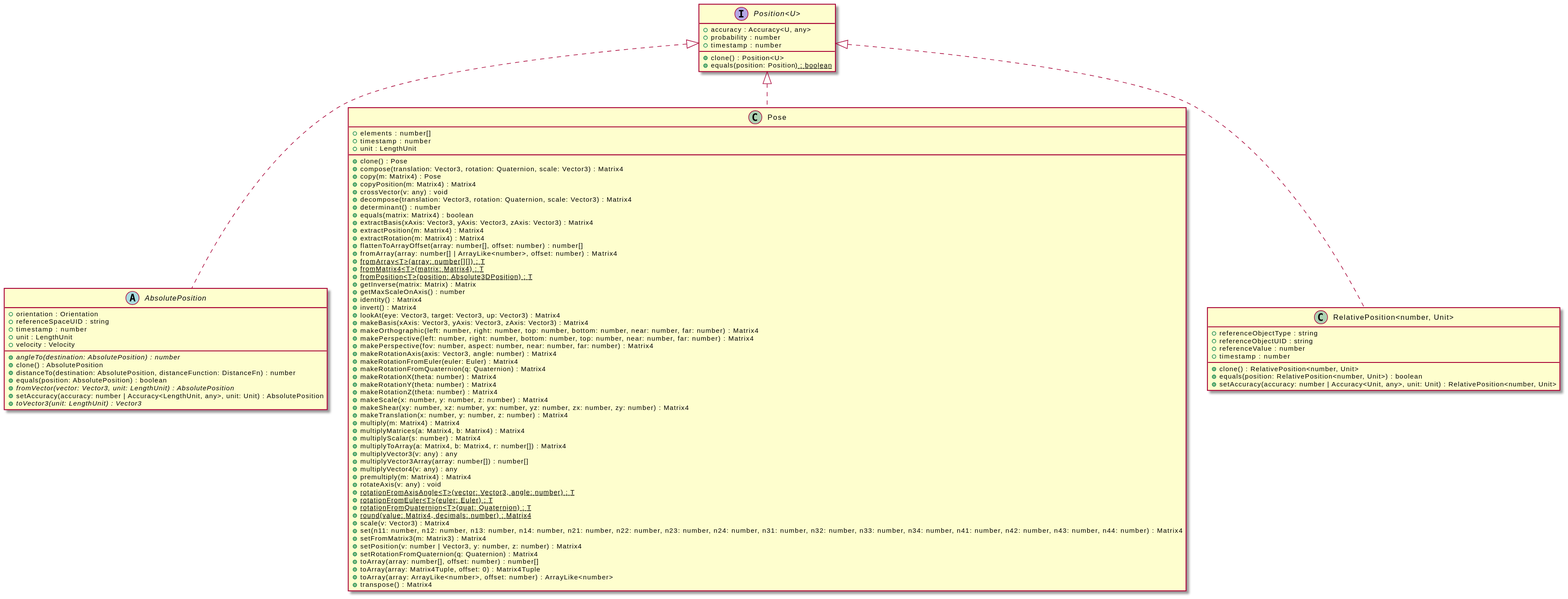
This is assets/Position-umlClassDiagram-3414.svg from OpenHPS/openhps-core, a PlantUML export, as it was before one commit.
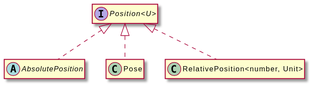
After the change.

Change to the diagram source:
```diff
@@ -3,97 +3,14 @@
 hide empty methods
 hide empty fields
 interface "Position<U>" {
-    +accuracy : Accuracy<U, any>
-    +probability : number
-    +timestamp : number
-    +clone() : Position<U>
-    +equals(position: Position<U>) : boolean
 }
 abstract class "AbsolutePosition" {
-    +orientation : Orientation
-    +referenceSpaceUID : string
-    +timestamp : number
-    +unit : LengthUnit
-    +velocity : Velocity
-    {abstract} +angleTo(destination: AbsolutePosition) : number
-    +clone() : AbsolutePosition
-    +distanceTo(destination: AbsolutePosition, distanceFunction: DistanceFn) : number
-    +equals(position: AbsolutePosition) : boolean
-    {abstract} +fromVector(vector: Vector3, unit: LengthUnit) : AbsolutePosition
-    +setAccuracy(accuracy: number | Accuracy<LengthUnit, any>, unit: Unit) : AbsolutePosition
-    {abstract} +toVector3(unit: LengthUnit) : Vector3
 }
 "Position<U>" <|.. "AbsolutePosition"
 class "Pose" {
-    +elements : number[]
-    +timestamp : number
-    +unit : LengthUnit
-    +clone() : Pose
-    +compose(translation: Vector3, rotation: Quaternion, scale: Vector3) : Matrix4
-    +copy(m: Matrix4) : Pose
-    +copyPosition(m: Matrix4) : Matrix4
-    +crossVector(v: any) : void
-    +decompose(translation: Vector3, rotation: Quaternion, scale: Vector3) : Matrix4
-    +determinant() : number
-    +equals(matrix: Matrix4) : boolean
-    +extractBasis(xAxis: Vector3, yAxis: Vector3, zAxis: Vector3) : Matrix4
-    +extractPosition(m: Matrix4) : Matrix4
-    +extractRotation(m: Matrix4) : Matrix4
-    +flattenToArrayOffset(array: number[], offset: number) : number[]
-    +fromArray(array: number[] | ArrayLike<number>, offset: number) : Matrix4
-    {static} +fromArray<T>(array: number[][]) : T
-    {static} +fromMatrix4<T>(matrix: Matrix4) : T
-    {static} +fromPosition<T>(position: Absolute3DPosition) : T
-    +getInverse(matrix: Matrix) : Matrix
-    +getMaxScaleOnAxis() : number
-    +identity() : Matrix4
-    +invert() : Matrix4
-    +lookAt(eye: Vector3, target: Vector3, up: Vector3) : Matrix4
-    +makeBasis(xAxis: Vector3, yAxis: Vector3, zAxis: Vector3) : Matrix4
-    +makeOrthographic(left: number, right: number, top: number, bottom: number, near: number, far: number) : Matrix4
-    +makePerspective(left: number, right: number, bottom: number, top: number, near: number, far: number) : Matrix4
-    +makePerspective(fov: number, aspect: number, near: number, far: number) : Matrix4
-    +makeRotationAxis(axis: Vector3, angle: number) : Matrix4
-    +makeRotationFromEuler(euler: Euler) : Matrix4
-    +makeRotationFromQuaternion(q: Quaternion) : Matrix4
-    +makeRotationX(theta: number) : Matrix4
-    +makeRotationY(theta: number) : Matrix4
-    +makeRotationZ(theta: number) : Matrix4
-    +makeScale(x: number, y: number, z: number) : Matrix4
-    +makeShear(xy: number, xz: number, yx: number, yz: number, zx: number, zy: number) : Matrix4
-    +makeTranslation(x: number, y: number, z: number) : Matrix4
-    +multiply(m: Matrix4) : Matrix4
-    +multiplyMatrices(a: Matrix4, b: Matrix4) : Matrix4
-    +multiplyScalar(s: number) : Matrix4
-    +multiplyToArray(a: Matrix4, b: Matrix4, r: number[]) : Matrix4
-    +multiplyVector3(v: any) : any
-    +multiplyVector3Array(array: number[]) : number[]
-    +multiplyVector4(v: any) : any
-    +premultiply(m: Matrix4) : Matrix4
-    +rotateAxis(v: any) : void
-    {static} +rotationFromAxisAngle<T>(vector: Vector3, angle: number) : T
-    {static} +rotationFromEuler<T>(euler: Euler) : T
-    {static} +rotationFromQuaternion<T>(quat: Quaternion) : T
-    {static} +round(value: Matrix4, decimals: number) : Matrix4
-    +scale(v: Vector3) : Matrix4
-    +set(n11: number, n12: number, n13: number, n14: number, n21: number, n22: number, n23: number, n24: number, n31: number, n32: number, n33: number, n34: number, n41: number, n42: number, n43: number, n44: number) : Matrix4
-    +setFromMatrix3(m: Matrix3) : Matrix4
-    +setPosition(v: number | Vector3, y: number, z: number) : Matrix4
-    +setRotationFromQuaternion(q: Quaternion) : Matrix4
-    +toArray(array: number[], offset: number) : number[]
-    +toArray(array: Matrix4Tuple, offset: 0) : Matrix4Tuple
-    +toArray(array: ArrayLike<number>, offset: number) : ArrayLike<number>
-    +transpose() : Matrix4
 }
 "Position<U>" <|.. "Pose"
 class "RelativePosition<number, Unit>" {
-    +referenceObjectType : string
-    +referenceObjectUID : string
-    +referenceValue : number
-    +timestamp : number
-    +clone() : RelativePosition<number, Unit>
-    +equals(position: RelativePosition<number, Unit>) : boolean
-    +setAccuracy(accuracy: number | Accuracy<Unit, any>, unit: Unit) : RelativePosition<number, Unit>
 }
 "Position<U>" <|.. "RelativePosition<number, Unit>"
 @enduml
```
